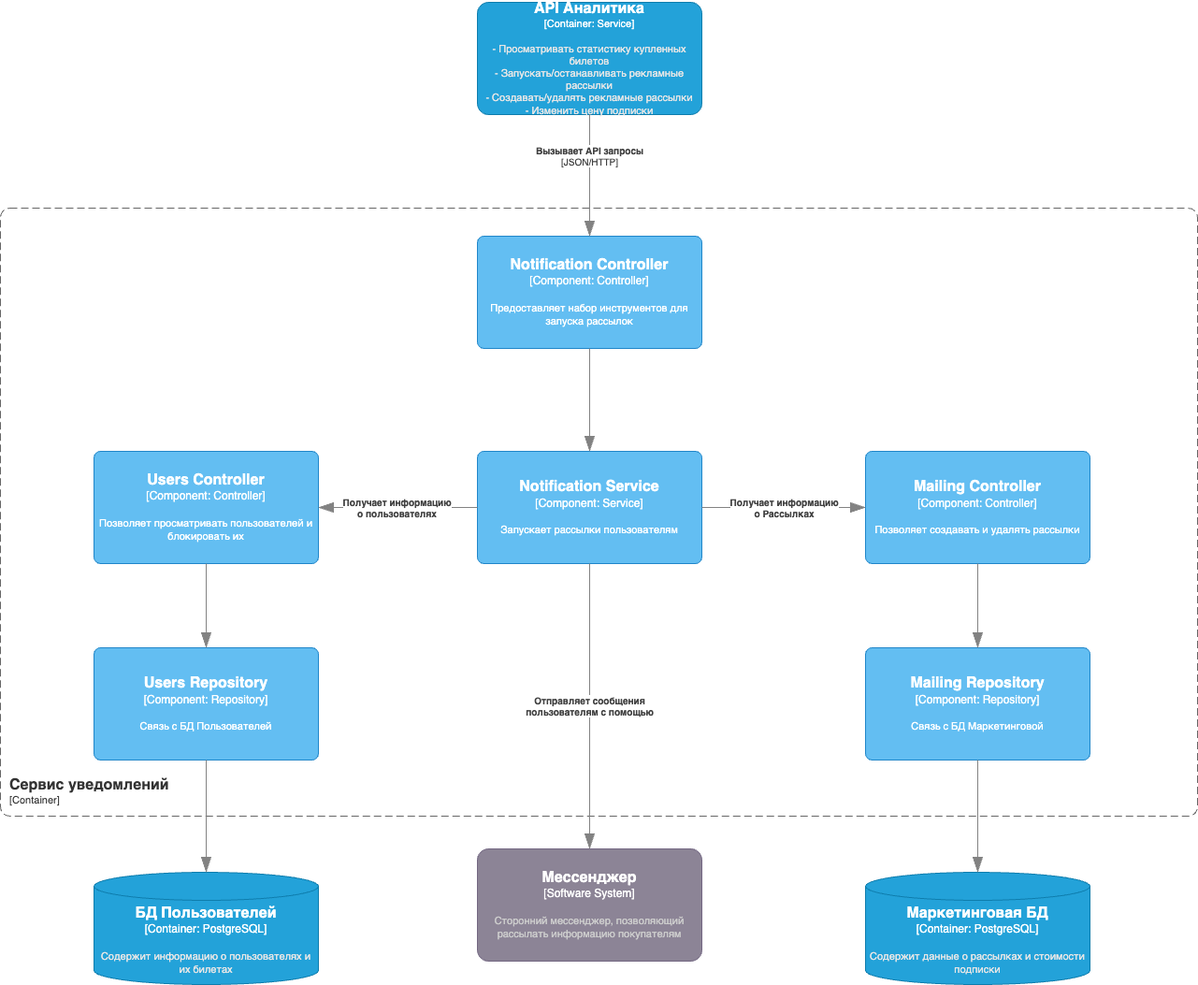
zaktsy/Software-Architecture-Labs keeps this draw.io diagram as Lab-Work-2/docs/components_4.png. Above is the earlier version. Source tidied: cells renumbered, new cells last; positions are measured from the earlier drawing's top-left corner, leaving out a move shared by most shapes.
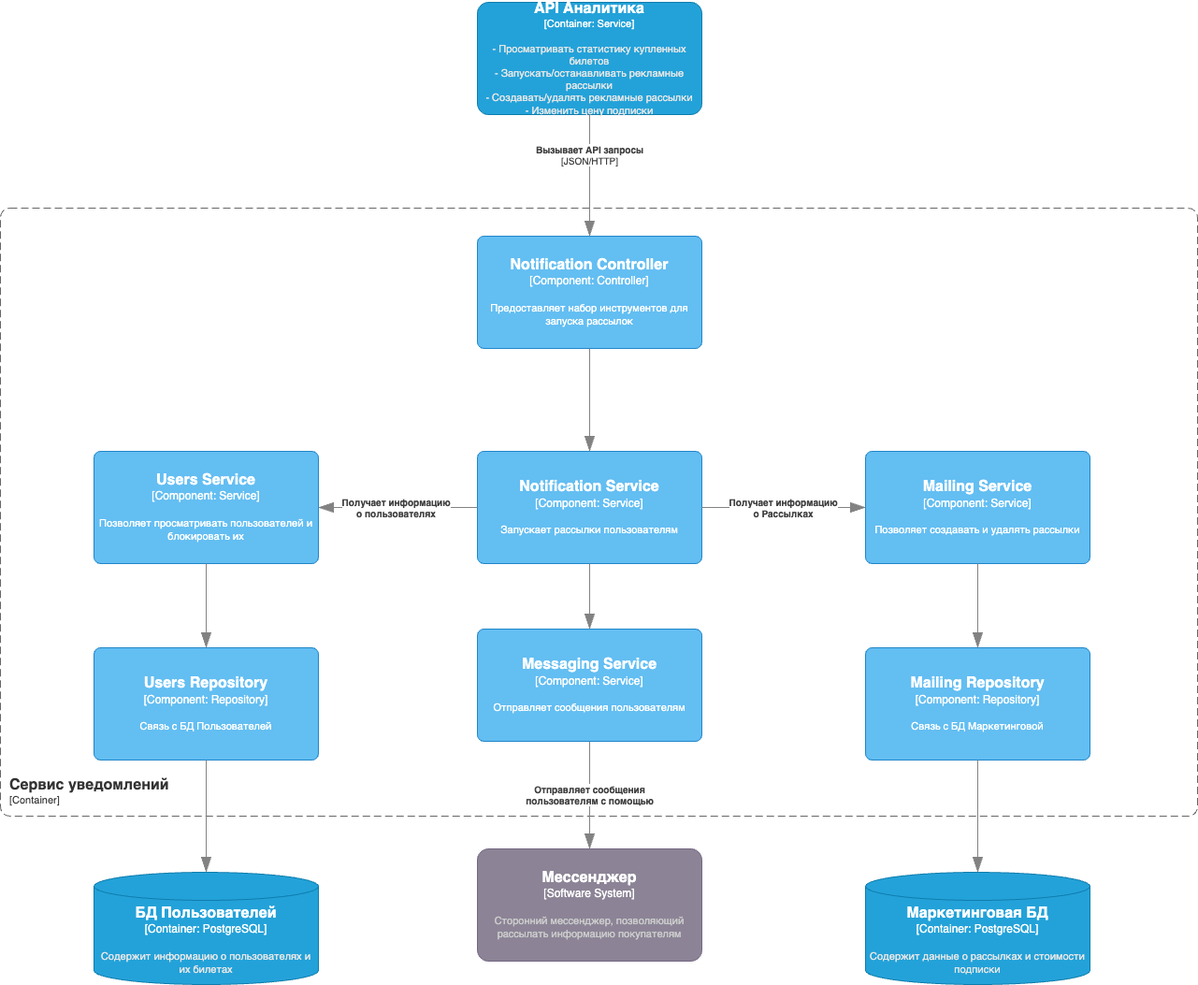
Above is the later version.

Diff of the diagram source:
```diff
@@ -12,7 +12,7 @@
         <mxGeometry x="100" y="930" width="240" height="120" as="geometry" />
       </mxCell>
     </object>
-    <object id="4" label="&lt;font style=&quot;font-size: 16px&quot;&gt;&lt;b&gt;%c4Name%&lt;/b&gt;&lt;/font&gt;&lt;div&gt;[%c4Type%: %c4Technology%]&lt;/div&gt;&lt;br&gt;&lt;div&gt;&lt;font style=&quot;font-size: 11px&quot;&gt;%c4Description%&lt;/font&gt;&lt;/div&gt;" c4Description="Позволяет просматривать пользователей и блокировать их" c4Name="Users Controller" c4Technology="Controller" c4Type="Component" placeholders="1">
+    <object id="4" label="&lt;font style=&quot;font-size: 16px&quot;&gt;&lt;b&gt;%c4Name%&lt;/b&gt;&lt;/font&gt;&lt;div&gt;[%c4Type%: %c4Technology%]&lt;/div&gt;&lt;br&gt;&lt;div&gt;&lt;font style=&quot;font-size: 11px&quot;&gt;%c4Description%&lt;/font&gt;&lt;/div&gt;" c4Description="Позволяет просматривать пользователей и блокировать их" c4Name="Users Service" c4Technology="Service" c4Type="Component" placeholders="1">
       <mxCell style="rounded=1;whiteSpace=wrap;html=1;labelBackgroundColor=none;fillColor=#63BEF2;fontColor=#ffffff;align=center;arcSize=6;strokeColor=#2086C9;points=[[0.25,0,0],[0.5,0,0],[0.75,0,0],[1,0.25,0],[1,0.5,0],[1,0.75,0],[0.75,1,0],[0.5,1,0],[0.25,1,0],[0,0.75,0],[0,0.5,0],[0,0.25,0]];" parent="1" vertex="1">
         <mxGeometry x="100" y="480" width="240" height="120" as="geometry" />
       </mxCell>
@@ -66,7 +66,7 @@
         </mxGeometry>
       </mxCell>
     </object>
-    <object id="14" label="&lt;font style=&quot;font-size: 16px&quot;&gt;&lt;b&gt;%c4Name%&lt;/b&gt;&lt;/font&gt;&lt;div&gt;[%c4Type%: %c4Technology%]&lt;/div&gt;&lt;br&gt;&lt;div&gt;&lt;font style=&quot;font-size: 11px&quot;&gt;%c4Description%&lt;/font&gt;&lt;/div&gt;" c4Description="Позволяет создавать и удалять рассылки" c4Name="Mailing Controller" c4Technology="Controller" c4Type="Component" placeholders="1">
+    <object id="14" label="&lt;font style=&quot;font-size: 16px&quot;&gt;&lt;b&gt;%c4Name%&lt;/b&gt;&lt;/font&gt;&lt;div&gt;[%c4Type%: %c4Technology%]&lt;/div&gt;&lt;br&gt;&lt;div&gt;&lt;font style=&quot;font-size: 11px&quot;&gt;%c4Description%&lt;/font&gt;&lt;/div&gt;" c4Description="Позволяет создавать и удалять рассылки" c4Name="Mailing Service" c4Technology="Service" c4Type="Component" placeholders="1">
       <mxCell style="rounded=1;whiteSpace=wrap;html=1;labelBackgroundColor=none;fillColor=#63BEF2;fontColor=#ffffff;align=center;arcSize=6;strokeColor=#2086C9;points=[[0.25,0,0],[0.5,0,0],[0.75,0,0],[1,0.25,0],[1,0.5,0],[1,0.75,0],[0.75,1,0],[0.5,1,0],[0.25,1,0],[0,0.75,0],[0,0.5,0],[0,0.25,0]];" parent="1" vertex="1">
         <mxGeometry x="925" y="480" width="240" height="120" as="geometry" />
       </mxCell>
@@ -102,9 +102,21 @@
       </mxCell>
     </object>
     <object id="21" label="&lt;div style=&quot;text-align: left&quot;&gt;&lt;div style=&quot;text-align: center&quot;&gt;&lt;b&gt;%c4Description%&lt;/b&gt;&lt;/div&gt;" c4Description="Отправляет сообщения&lt;br/&gt; пользователям с помощью" c4Type="Relationship" placeholders="1">
-      <mxCell style="endArrow=blockThin;html=1;fontSize=10;fontColor=#404040;strokeWidth=1;endFill=1;strokeColor=#828282;elbow=vertical;endSize=14;startSize=14;jumpStyle=arc;jumpSize=16;rounded=0;edgeStyle=orthogonalEdgeStyle;exitX=0.5;exitY=1;exitDx=0;exitDy=0;exitPerimeter=0;entryX=0.5;entryY=0;entryDx=0;entryDy=0;entryPerimeter=0;" parent="1" edge="1" source="8" target="20">
+      <mxCell style="endArrow=blockThin;html=1;fontSize=10;fontColor=#404040;strokeWidth=1;endFill=1;strokeColor=#828282;elbow=vertical;endSize=14;startSize=14;jumpStyle=arc;jumpSize=16;rounded=0;edgeStyle=orthogonalEdgeStyle;entryX=0.5;entryY=0;entryDx=0;entryDy=0;entryPerimeter=0;exitX=0.5;exitY=1;exitDx=0;exitDy=0;exitPerimeter=0;" parent="1" edge="1" source="22" target="20">
         <mxGeometry relative="1" as="geometry" />
       </mxCell>
     </object>
+    <object id="22" label="&lt;font style=&quot;font-size: 16px&quot;&gt;&lt;b&gt;%c4Name%&lt;/b&gt;&lt;/font&gt;&lt;div&gt;[%c4Type%: %c4Technology%]&lt;/div&gt;&lt;br&gt;&lt;div&gt;&lt;font style=&quot;font-size: 11px&quot;&gt;%c4Description%&lt;/font&gt;&lt;/div&gt;" c4Description="Отправляет сообщения пользователям" c4Name="Messaging Service" c4Technology="Service" c4Type="Component" placeholders="1">
+      <mxCell style="rounded=1;whiteSpace=wrap;html=1;labelBackgroundColor=none;fillColor=#63BEF2;fontColor=#ffffff;align=center;arcSize=6;strokeColor=#2086C9;points=[[0.25,0,0],[0.5,0,0],[0.75,0,0],[1,0.25,0],[1,0.5,0],[1,0.75,0],[0.75,1,0],[0.5,1,0],[0.25,1,0],[0,0.75,0],[0,0.5,0],[0,0.25,0]];" parent="1" vertex="1">
+        <mxGeometry x="510" y="670" width="240" height="120" as="geometry" />
+      </mxCell>
+    </object>
+    <object id="23" label="" c4Type="Relationship" placeholders="1">
+      <mxCell style="endArrow=blockThin;html=1;fontSize=10;fontColor=#404040;strokeWidth=1;endFill=1;strokeColor=#828282;elbow=vertical;endSize=14;startSize=14;jumpStyle=arc;jumpSize=16;rounded=0;edgeStyle=orthogonalEdgeStyle;exitX=0.5;exitY=1;exitDx=0;exitDy=0;exitPerimeter=0;" parent="1" edge="1" source="8">
+        <mxGeometry relative="1" as="geometry">
+          <mxPoint x="630" y="670" as="targetPoint" />
+        </mxGeometry>
+      </mxCell>
+    </object>
   </root>
 </mxGraphModel>
```
